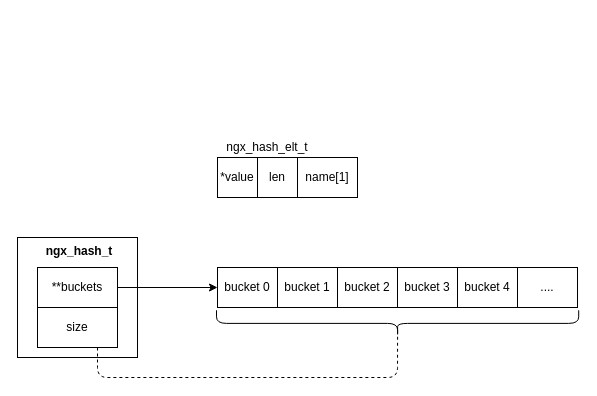
The draw.io diagram Nginx.drawio in JianHao-Chen/UML, before the edit. Source tidied: cells renumbered, new cells numbered last; positions are measured from the earlier drawing's top-left corner, leaving out a move shared by most shapes. Both pictures are drawn from the tidied source at 100%, with x=0, y=0 at pixel (17, 137).
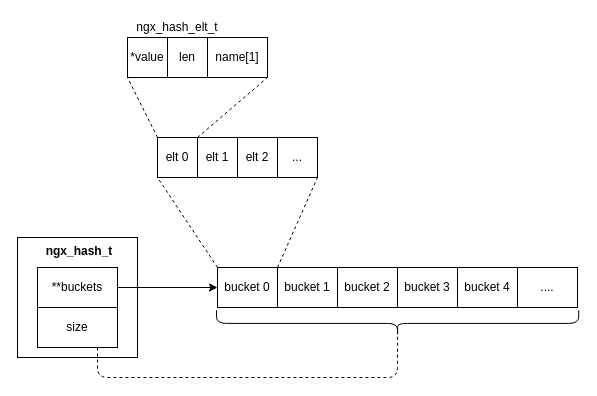
Above is the later version.

Unchanged cells that the change refers to:
```xml
<mxCell id="10" value="bucket 0" style="rounded=0;whiteSpace=wrap;html=1;" parent="1" vertex="1">
  <mxGeometry x="200" y="130" width="60" height="40" as="geometry" />
</mxCell>
<mxCell id="11" value="bucket 1" style="rounded=0;whiteSpace=wrap;html=1;" parent="1" vertex="1">
  <mxGeometry x="260" y="130" width="60" height="40" as="geometry" />
</mxCell>
```

The edit, as a diff of the source:
```diff
@@
     <mxCell id="3" value="ngx_hash_elt_t" style="text;html=1;strokeColor=none;fillColor=none;align=center;verticalAlign=middle;whiteSpace=wrap;rounded=0;" parent="1" vertex="1">
-      <mxGeometry x="200" width="100" height="20" as="geometry" />
+      <mxGeometry x="110" y="-120" width="100" height="20" as="geometry" />
     </mxCell>
     <mxCell id="4" value="*value" style="rounded=0;whiteSpace=wrap;html=1;" parent="1" vertex="1">
-      <mxGeometry x="200" y="20" width="40" height="40" as="geometry" />
+      <mxGeometry x="110" y="-100" width="40" height="40" as="geometry" />
     </mxCell>
     <mxCell id="5" value="len" style="rounded=0;whiteSpace=wrap;html=1;" parent="1" vertex="1">
-      <mxGeometry x="240" y="20" width="40" height="40" as="geometry" />
+      <mxGeometry x="150" y="-100" width="40" height="40" as="geometry" />
     </mxCell>
     <mxCell id="6" value="name[1]" style="rounded=0;whiteSpace=wrap;html=1;" parent="1" vertex="1">
-      <mxGeometry x="280" y="20" width="60" height="40" as="geometry" />
+      <mxGeometry x="190" y="-100" width="60" height="40" as="geometry" />
     </mxCell>
@@
+    <mxCell id="19" value="elt 0" style="rounded=0;whiteSpace=wrap;html=1;" parent="1" vertex="1">
+      <mxGeometry x="140" width="40" height="40" as="geometry" />
+    </mxCell>
+    <mxCell id="20" value="elt 1" style="rounded=0;whiteSpace=wrap;html=1;" parent="1" vertex="1">
+      <mxGeometry x="180" width="40" height="40" as="geometry" />
+    </mxCell>
+    <mxCell id="21" value="elt 2" style="rounded=0;whiteSpace=wrap;html=1;" parent="1" vertex="1">
+      <mxGeometry x="220" width="40" height="40" as="geometry" />
+    </mxCell>
+    <mxCell id="22" value="..." style="rounded=0;whiteSpace=wrap;html=1;" parent="1" vertex="1">
+      <mxGeometry x="260" width="40" height="40" as="geometry" />
+    </mxCell>
+    <mxCell id="23" style="endArrow=none;dashed=1;html=1;exitX=0;exitY=0;exitDx=0;exitDy=0;entryX=0;entryY=1;entryDx=0;entryDy=0;" parent="1" edge="1" source="10" target="19">
+      <mxGeometry relative="1" as="geometry" />
+    </mxCell>
+    <mxCell id="24" style="endArrow=none;dashed=1;html=1;exitX=0;exitY=0;exitDx=0;exitDy=0;entryX=0;entryY=1;entryDx=0;entryDy=0;" parent="1" edge="1" source="11">
+      <mxGeometry relative="1" as="geometry">
+        <mxPoint x="300" y="40" as="targetPoint" />
+      </mxGeometry>
+    </mxCell>
+    <mxCell id="25" style="endArrow=none;dashed=1;html=1;exitX=0;exitY=0;exitDx=0;exitDy=0;entryX=0;entryY=1;entryDx=0;entryDy=0;" parent="1" edge="1" source="19" target="4">
+      <mxGeometry relative="1" as="geometry" />
+    </mxCell>
+    <mxCell id="26" style="endArrow=none;dashed=1;html=1;exitX=1;exitY=0;exitDx=0;exitDy=0;entryX=1;entryY=1;entryDx=0;entryDy=0;" parent="1" edge="1" source="19" target="6">
+      <mxGeometry relative="1" as="geometry" />
+    </mxCell>
```
